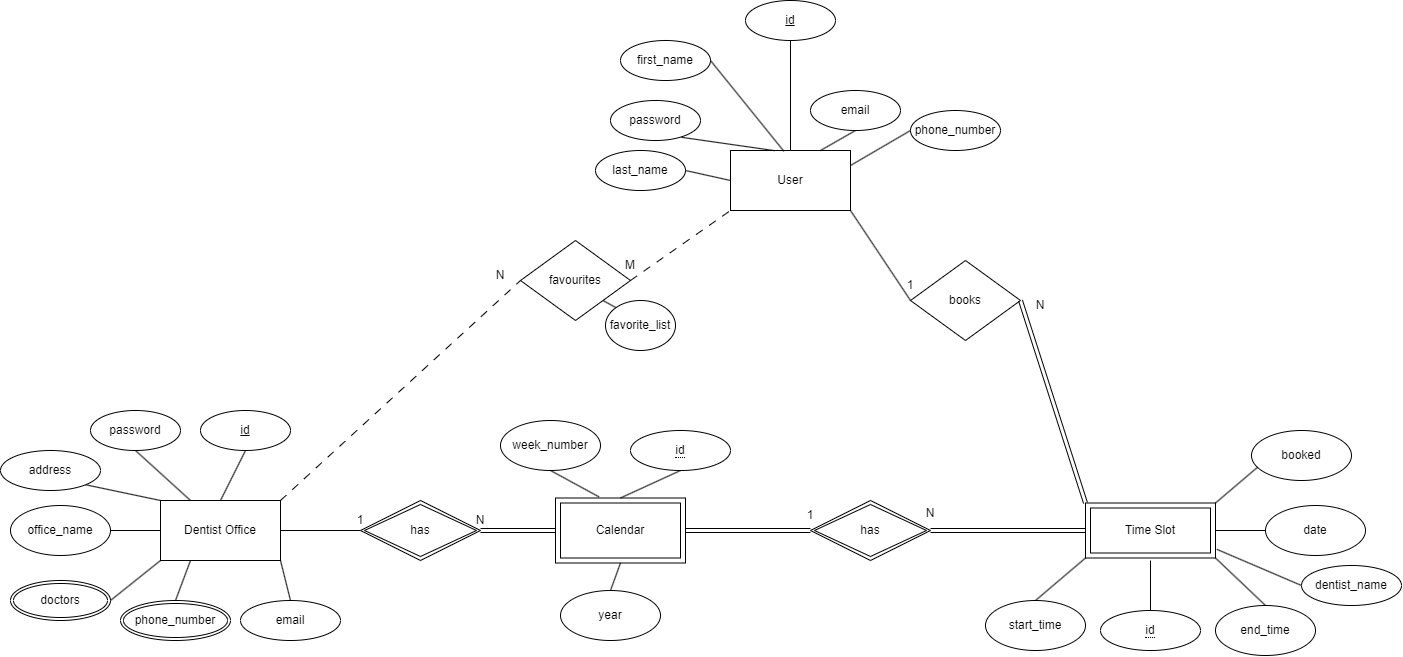
The draw.io diagram documentation/Diagrams/ER Diagram.png in reyhaneeab/flossy, before a commit. Source tidied: cells renumbered, new cells last; positions are measured from the earlier drawing's top-left corner, leaving out a move shared by most shapes. Source of this version:
```xml
<mxGraphModel>
  <root>
    <mxCell id="0" />
    <mxCell id="1" parent="0" />
    <mxCell id="2" value="Dentist Office" style="rounded=0;whiteSpace=wrap;html=1;" parent="1" vertex="1">
      <mxGeometry x="160" y="500" width="120" height="60" as="geometry" />
    </mxCell>
    <mxCell id="3" value="User" style="rounded=0;whiteSpace=wrap;html=1;" parent="1" vertex="1">
      <mxGeometry x="730" y="150" width="120" height="60" as="geometry" />
    </mxCell>
    <mxCell id="4" style="endArrow=none;html=1;rounded=0;exitX=1;exitY=0.5;exitDx=0;exitDy=0;entryX=0;entryY=0.5;entryDx=0;entryDy=0;" parent="1" edge="1" source="2" target="27">
      <mxGeometry relative="1" as="geometry" />
    </mxCell>
    <mxCell id="5" style="endArrow=none;html=1;rounded=0;entryX=0;entryY=0.5;entryDx=0;entryDy=0;exitX=1;exitY=0.5;exitDx=0;exitDy=0;shape=link;" parent="1" edge="1" source="27">
      <mxGeometry relative="1" as="geometry">
        <mxPoint x="560" y="530" as="targetPoint" />
      </mxGeometry>
    </mxCell>
    <mxCell id="6" style="rounded=0;jettySize=auto;html=1;exitX=0.5;exitY=1;exitDx=0;exitDy=0;entryX=0.25;entryY=0;entryDx=0;entryDy=0;endArrow=none;endFill=0;" parent="1" edge="1" source="7" target="2">
      <mxGeometry relative="1" as="geometry" />
    </mxCell>
    <mxCell id="7" value="password" style="ellipse;whiteSpace=wrap;html=1;" parent="1" vertex="1">
      <mxGeometry x="90" y="410" width="90" height="40" as="geometry" />
    </mxCell>
    <mxCell id="8" value="&lt;u&gt;id&lt;/u&gt;" style="ellipse;whiteSpace=wrap;html=1;" parent="1" vertex="1">
      <mxGeometry x="200" y="410" width="90" height="40" as="geometry" />
    </mxCell>
    <mxCell id="9" value="office_name" style="ellipse;whiteSpace=wrap;html=1;" parent="1" vertex="1">
      <mxGeometry x="10" y="505" width="100" height="50" as="geometry" />
    </mxCell>
    <mxCell id="10" style="endArrow=none;html=1;rounded=0;exitX=1;exitY=0.5;exitDx=0;exitDy=0;entryX=0;entryY=0.5;entryDx=0;entryDy=0;" parent="1" edge="1" source="9" target="2">
      <mxGeometry relative="1" as="geometry" />
    </mxCell>
    <mxCell id="11" style="rounded=0;jettySize=auto;html=1;exitX=1;exitY=1;exitDx=0;exitDy=0;entryX=0;entryY=0;entryDx=0;entryDy=0;endArrow=none;endFill=0;" parent="1" edge="1" source="12" target="2">
      <mxGeometry relative="1" as="geometry" />
    </mxCell>
    <mxCell id="12" value="address" style="ellipse;whiteSpace=wrap;html=1;" parent="1" vertex="1">
      <mxGeometry y="450" width="100" height="40" as="geometry" />
    </mxCell>
    <mxCell id="13" style="endArrow=none;html=1;rounded=0;exitX=1;exitY=0.5;exitDx=0;exitDy=0;shape=link;entryX=0;entryY=0.5;entryDx=0;entryDy=0;" parent="1" edge="1" target="28">
      <mxGeometry relative="1" as="geometry">
        <mxPoint x="680" y="530" as="sourcePoint" />
      </mxGeometry>
    </mxCell>
    <mxCell id="14" value="books" style="rhombus;whiteSpace=wrap;html=1;" parent="1" vertex="1">
      <mxGeometry x="910" y="260" width="110" height="80" as="geometry" />
    </mxCell>
    <mxCell id="15" style="endArrow=none;html=1;rounded=0;entryX=1;entryY=1;entryDx=0;entryDy=0;exitX=0;exitY=0.5;exitDx=0;exitDy=0;" parent="1" edge="1" source="14" target="3">
      <mxGeometry relative="1" as="geometry" />
    </mxCell>
    <mxCell id="16" style="rounded=0;jettySize=auto;html=1;exitX=0.5;exitY=1;exitDx=0;exitDy=0;entryX=0.75;entryY=0;entryDx=0;entryDy=0;endArrow=none;endFill=0;" parent="1" edge="1" source="56" target="3">
      <mxGeometry relative="1" as="geometry" />
    </mxCell>
    <mxCell id="17" style="rounded=0;jettySize=auto;html=1;exitX=0.5;exitY=1;exitDx=0;exitDy=0;entryX=0.5;entryY=0;entryDx=0;entryDy=0;endArrow=none;endFill=0;" parent="1" edge="1" source="18" target="3">
      <mxGeometry relative="1" as="geometry" />
    </mxCell>
    <mxCell id="18" value="&lt;u&gt;id&lt;/u&gt;" style="ellipse;whiteSpace=wrap;html=1;" parent="1" vertex="1">
      <mxGeometry x="745" width="90" height="40" as="geometry" />
    </mxCell>
    <mxCell id="19" style="rounded=0;jettySize=auto;html=1;exitX=0.789;exitY=0.92;exitDx=0;exitDy=0;entryX=0.37;entryY=0.003;entryDx=0;entryDy=0;endArrow=none;endFill=0;entryPerimeter=0;exitPerimeter=0;" parent="1" edge="1" source="58" target="3">
      <mxGeometry relative="1" as="geometry" />
    </mxCell>
    <mxCell id="20" value="1" style="text;html=1;align=center;verticalAlign=middle;whiteSpace=wrap;rounded=0;" parent="1" vertex="1">
      <mxGeometry x="330" y="505" width="60" height="30" as="geometry" />
    </mxCell>
    <mxCell id="21" value="N" style="text;html=1;align=center;verticalAlign=middle;whiteSpace=wrap;rounded=0;" parent="1" vertex="1">
      <mxGeometry x="450" y="505" width="60" height="30" as="geometry" />
    </mxCell>
    <mxCell id="22" style="rounded=0;jettySize=auto;html=1;exitX=0.5;exitY=1;exitDx=0;exitDy=0;entryX=0.5;entryY=0;entryDx=0;entryDy=0;endArrow=none;endFill=0;" parent="1" edge="1" source="8" target="2">
      <mxGeometry relative="1" as="geometry" />
    </mxCell>
    <mxCell id="23" value="doctors" style="ellipse;shape=doubleEllipse;margin=3;whiteSpace=wrap;html=1;align=center;" parent="1" vertex="1">
      <mxGeometry x="10" y="580" width="100" height="40" as="geometry" />
    </mxCell>
    <mxCell id="24" style="endArrow=none;html=1;rounded=0;exitX=1;exitY=0.5;exitDx=0;exitDy=0;entryX=0;entryY=1;entryDx=0;entryDy=0;" parent="1" edge="1" source="23" target="2">
      <mxGeometry relative="1" as="geometry" />
    </mxCell>
    <mxCell id="25" style="endArrow=none;html=1;rounded=0;exitX=0.5;exitY=0;exitDx=0;exitDy=0;entryX=0.25;entryY=1;entryDx=0;entryDy=0;" parent="1" edge="1" source="26" target="2">
      <mxGeometry relative="1" as="geometry" />
    </mxCell>
    <mxCell id="26" value="phone_number" style="ellipse;shape=doubleEllipse;margin=3;whiteSpace=wrap;html=1;align=center;" parent="1" vertex="1">
      <mxGeometry x="120" y="600" width="110" height="40" as="geometry" />
    </mxCell>
    <mxCell id="27" value="has" style="shape=rhombus;double=1;perimeter=rhombusPerimeter;whiteSpace=wrap;html=1;align=center;" parent="1" vertex="1">
      <mxGeometry x="360" y="500" width="120" height="60" as="geometry" />
    </mxCell>
    <mxCell id="28" value="has" style="shape=rhombus;double=1;perimeter=rhombusPerimeter;whiteSpace=wrap;html=1;align=center;" parent="1" vertex="1">
      <mxGeometry x="810" y="500" width="120" height="60" as="geometry" />
    </mxCell>
    <mxCell id="29" value="Time Slot" style="shape=ext;margin=3;double=1;whiteSpace=wrap;html=1;align=center;" parent="1" vertex="1">
      <mxGeometry x="1085" y="502.5" width="130" height="55" as="geometry" />
    </mxCell>
    <mxCell id="30" value="Calendar" style="shape=ext;margin=3;double=1;whiteSpace=wrap;html=1;align=center;" parent="1" vertex="1">
      <mxGeometry x="555" y="497.5" width="130" height="65" as="geometry" />
    </mxCell>
    <mxCell id="31" style="rounded=0;jettySize=auto;html=1;exitX=0.5;exitY=1;exitDx=0;exitDy=0;entryX=0.5;entryY=0;entryDx=0;entryDy=0;endArrow=none;endFill=0;" parent="1" edge="1" target="30">
      <mxGeometry relative="1" as="geometry">
        <mxPoint x="680" y="470" as="sourcePoint" />
      </mxGeometry>
    </mxCell>
    <mxCell id="32" style="endArrow=none;html=1;rounded=0;exitX=1;exitY=0.5;exitDx=0;exitDy=0;shape=link;entryX=0;entryY=0.5;entryDx=0;entryDy=0;" parent="1" edge="1" source="28" target="29">
      <mxGeometry relative="1" as="geometry" />
    </mxCell>
    <mxCell id="33" value="N" style="text;html=1;align=center;verticalAlign=middle;whiteSpace=wrap;rounded=0;" parent="1" vertex="1">
      <mxGeometry x="900" y="497.5" width="60" height="30" as="geometry" />
    </mxCell>
    <mxCell id="34" value="1" style="text;html=1;align=center;verticalAlign=middle;whiteSpace=wrap;rounded=0;" parent="1" vertex="1">
      <mxGeometry x="780" y="500" width="60" height="30" as="geometry" />
    </mxCell>
    <mxCell id="35" style="rounded=0;orthogonalLoop=1;jettySize=auto;html=1;exitX=0.5;exitY=0;exitDx=0;exitDy=0;endArrow=none;endFill=0;" parent="1" edge="1">
      <mxGeometry relative="1" as="geometry">
        <mxPoint x="1150" y="610" as="sourcePoint" />
        <mxPoint x="1150" y="560" as="targetPoint" />
      </mxGeometry>
    </mxCell>
    <mxCell id="36" value="end_time" style="ellipse;whiteSpace=wrap;html=1;" parent="1" vertex="1">
      <mxGeometry x="1215" y="605" width="100" height="50" as="geometry" />
    </mxCell>
    <mxCell id="37" value="start_time" style="ellipse;whiteSpace=wrap;html=1;" parent="1" vertex="1">
      <mxGeometry x="985" y="600" width="100" height="50" as="geometry" />
    </mxCell>
    <mxCell id="38" style="endArrow=none;html=1;rounded=0;exitX=0.5;exitY=0;exitDx=0;exitDy=0;entryX=0;entryY=1;entryDx=0;entryDy=0;" parent="1" edge="1" source="37" target="29">
      <mxGeometry relative="1" as="geometry" />
    </mxCell>
    <mxCell id="39" style="endArrow=none;html=1;rounded=0;exitX=0.5;exitY=0;exitDx=0;exitDy=0;entryX=1;entryY=1;entryDx=0;entryDy=0;" parent="1" edge="1" source="36" target="29">
      <mxGeometry relative="1" as="geometry" />
    </mxCell>
    <mxCell id="40" value="date" style="ellipse;whiteSpace=wrap;html=1;" parent="1" vertex="1">
      <mxGeometry x="1265" y="505" width="100" height="50" as="geometry" />
    </mxCell>
    <mxCell id="41" style="endArrow=none;html=1;rounded=0;exitX=0;exitY=0.5;exitDx=0;exitDy=0;entryX=1;entryY=0.5;entryDx=0;entryDy=0;" parent="1" edge="1" source="40" target="29">
      <mxGeometry relative="1" as="geometry" />
    </mxCell>
    <mxCell id="42" style="endArrow=none;html=1;rounded=0;entryX=1;entryY=0;entryDx=0;entryDy=0;" parent="1" edge="1" target="29">
      <mxGeometry relative="1" as="geometry">
        <mxPoint x="1265" y="460" as="sourcePoint" />
      </mxGeometry>
    </mxCell>
    <mxCell id="43" value="booked" style="ellipse;whiteSpace=wrap;html=1;" parent="1" vertex="1">
      <mxGeometry x="1251" y="430" width="100" height="50" as="geometry" />
    </mxCell>
    <mxCell id="44" value="1" style="text;html=1;align=center;verticalAlign=middle;whiteSpace=wrap;rounded=0;" parent="1" vertex="1">
      <mxGeometry x="880" y="270" width="60" height="30" as="geometry" />
    </mxCell>
    <mxCell id="45" value="N" style="text;html=1;align=center;verticalAlign=middle;whiteSpace=wrap;rounded=0;" parent="1" vertex="1">
      <mxGeometry x="1010" y="290" width="60" height="30" as="geometry" />
    </mxCell>
    <mxCell id="46" value="week_number" style="ellipse;whiteSpace=wrap;html=1;" parent="1" vertex="1">
      <mxGeometry x="500" y="420" width="100" height="50" as="geometry" />
    </mxCell>
    <mxCell id="47" style="rounded=0;jettySize=auto;html=1;exitX=0.5;exitY=1;exitDx=0;exitDy=0;endArrow=none;endFill=0;entryX=0.335;entryY=-0.017;entryDx=0;entryDy=0;entryPerimeter=0;" parent="1" edge="1" source="46" target="30">
      <mxGeometry relative="1" as="geometry" />
    </mxCell>
    <mxCell id="48" style="endArrow=none;html=1;rounded=0;exitX=1;exitY=0.5;exitDx=0;exitDy=0;shape=link;entryX=0;entryY=0;entryDx=0;entryDy=0;" parent="1" edge="1" source="14" target="29">
      <mxGeometry relative="1" as="geometry" />
    </mxCell>
    <mxCell id="49" value="favourites" style="rhombus;whiteSpace=wrap;html=1;" parent="1" vertex="1">
      <mxGeometry x="520" y="240" width="110" height="80" as="geometry" />
    </mxCell>
    <mxCell id="50" style="endArrow=none;html=1;rounded=0;entryX=0;entryY=1;entryDx=0;entryDy=0;exitX=1;exitY=0.5;exitDx=0;exitDy=0;dashed=1;dashPattern=8 8;" parent="1" edge="1" source="49" target="3">
      <mxGeometry relative="1" as="geometry" />
    </mxCell>
    <mxCell id="51" style="endArrow=none;html=1;rounded=0;entryX=0;entryY=0.5;entryDx=0;entryDy=0;exitX=1;exitY=0;exitDx=0;exitDy=0;dashed=1;dashPattern=8 8;" parent="1" edge="1" source="2" target="49">
      <mxGeometry relative="1" as="geometry" />
    </mxCell>
    <mxCell id="52" value="M" style="text;html=1;align=center;verticalAlign=middle;whiteSpace=wrap;rounded=0;" parent="1" vertex="1">
      <mxGeometry x="600" y="250" width="60" height="30" as="geometry" />
    </mxCell>
    <mxCell id="53" value="N" style="text;html=1;align=center;verticalAlign=middle;whiteSpace=wrap;rounded=0;" parent="1" vertex="1">
      <mxGeometry x="470" y="260" width="60" height="30" as="geometry" />
    </mxCell>
    <mxCell id="54" value="&lt;span style=&quot;border-bottom: 1px dotted&quot;&gt;id&lt;/span&gt;" style="ellipse;whiteSpace=wrap;html=1;align=center;" parent="1" vertex="1">
      <mxGeometry x="630" y="430" width="100" height="40" as="geometry" />
    </mxCell>
    <mxCell id="55" value="&lt;span style=&quot;border-bottom: 1px dotted&quot;&gt;id&lt;/span&gt;" style="ellipse;whiteSpace=wrap;html=1;align=center;" parent="1" vertex="1">
      <mxGeometry x="1100" y="610" width="100" height="40" as="geometry" />
    </mxCell>
    <mxCell id="56" value="email" style="ellipse;whiteSpace=wrap;html=1;" parent="1" vertex="1">
      <mxGeometry x="810" y="90" width="90" height="40" as="geometry" />
    </mxCell>
    <mxCell id="57" value="phone_number" style="ellipse;whiteSpace=wrap;html=1;" parent="1" vertex="1">
      <mxGeometry x="910" y="110" width="90" height="40" as="geometry" />
    </mxCell>
    <mxCell id="58" value="password" style="ellipse;whiteSpace=wrap;html=1;" parent="1" vertex="1">
      <mxGeometry x="610" y="100" width="90" height="40" as="geometry" />
    </mxCell>
    <mxCell id="59" style="rounded=0;jettySize=auto;html=1;exitX=0;exitY=0.5;exitDx=0;exitDy=0;entryX=1;entryY=0.25;entryDx=0;entryDy=0;endArrow=none;endFill=0;" parent="1" edge="1" source="57" target="3">
      <mxGeometry relative="1" as="geometry" />
    </mxCell>
    <mxCell id="60" value="last_name" style="ellipse;whiteSpace=wrap;html=1;" parent="1" vertex="1">
      <mxGeometry x="595" y="150" width="90" height="40" as="geometry" />
    </mxCell>
    <mxCell id="61" value="first_name" style="ellipse;whiteSpace=wrap;html=1;" parent="1" vertex="1">
      <mxGeometry x="620" y="40" width="90" height="40" as="geometry" />
    </mxCell>
    <mxCell id="62" style="rounded=0;jettySize=auto;html=1;exitX=1;exitY=0.5;exitDx=0;exitDy=0;entryX=0.445;entryY=0.013;entryDx=0;entryDy=0;endArrow=none;endFill=0;entryPerimeter=0;" parent="1" edge="1" source="61" target="3">
      <mxGeometry relative="1" as="geometry" />
    </mxCell>
    <mxCell id="63" style="rounded=0;jettySize=auto;html=1;exitX=1;exitY=0.5;exitDx=0;exitDy=0;entryX=0;entryY=0.5;entryDx=0;entryDy=0;endArrow=none;endFill=0;" parent="1" edge="1" source="60" target="3">
      <mxGeometry relative="1" as="geometry" />
    </mxCell>
    <mxCell id="64" value="year" style="ellipse;whiteSpace=wrap;html=1;" parent="1" vertex="1">
      <mxGeometry x="560" y="590" width="100" height="50" as="geometry" />
    </mxCell>
    <mxCell id="65" value="email" style="ellipse;whiteSpace=wrap;html=1;" parent="1" vertex="1">
      <mxGeometry x="240" y="600" width="100" height="40" as="geometry" />
    </mxCell>
    <mxCell id="66" value="dentist_name" style="ellipse;whiteSpace=wrap;html=1;align=center;" parent="1" vertex="1">
      <mxGeometry x="1301" y="565" width="100" height="40" as="geometry" />
    </mxCell>
    <mxCell id="67" style="endArrow=none;html=1;rounded=0;entryX=0;entryY=0.5;entryDx=0;entryDy=0;exitX=1.01;exitY=0.842;exitDx=0;exitDy=0;exitPerimeter=0;" parent="1" edge="1" source="29" target="66">
      <mxGeometry relative="1" as="geometry" />
    </mxCell>
    <mxCell id="68" style="endArrow=none;html=1;rounded=0;exitX=0.5;exitY=0;exitDx=0;exitDy=0;entryX=0.5;entryY=1;entryDx=0;entryDy=0;" parent="1" edge="1" source="64" target="30">
      <mxGeometry relative="1" as="geometry" />
    </mxCell>
    <mxCell id="69" style="endArrow=none;html=1;rounded=0;exitX=0.5;exitY=0;exitDx=0;exitDy=0;entryX=1;entryY=1;entryDx=0;entryDy=0;" parent="1" edge="1" source="65" target="2">
      <mxGeometry relative="1" as="geometry" />
    </mxCell>
    <mxCell id="70" value="favorite_list" style="ellipse;whiteSpace=wrap;html=1;" parent="1" vertex="1">
      <mxGeometry x="605" y="300" width="70" height="50" as="geometry" />
    </mxCell>
    <mxCell id="71" style="endArrow=none;html=1;rounded=0;entryX=0;entryY=0;entryDx=0;entryDy=0;exitX=1;exitY=1;exitDx=0;exitDy=0;" parent="1" edge="1" source="49" target="70">
      <mxGeometry relative="1" as="geometry" />
    </mxCell>
  </root>
</mxGraphModel>
```
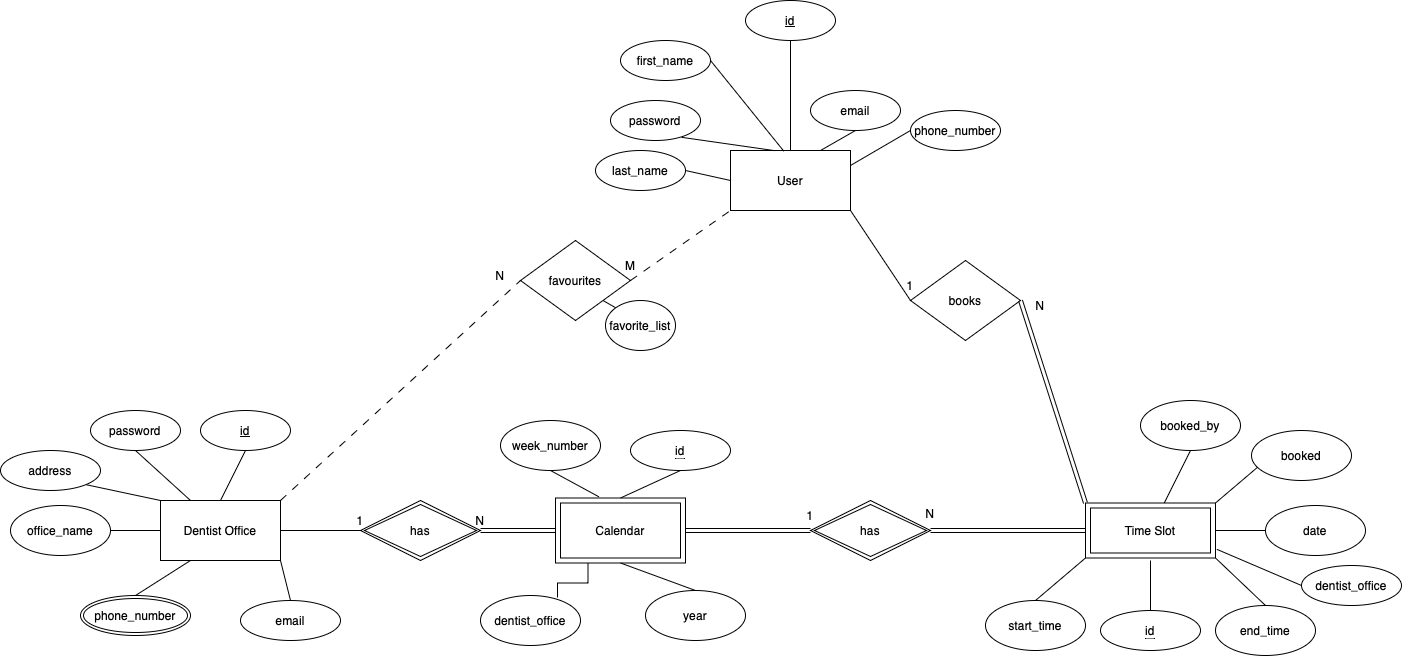
After the change.

The edit, as a diff of the source:
```diff
@@ -69,17 +69,11 @@
     <mxCell id="22" style="rounded=0;jettySize=auto;html=1;exitX=0.5;exitY=1;exitDx=0;exitDy=0;entryX=0.5;entryY=0;entryDx=0;entryDy=0;endArrow=none;endFill=0;" parent="1" edge="1" source="8" target="2">
       <mxGeometry relative="1" as="geometry" />
     </mxCell>
-    <mxCell id="23" value="doctors" style="ellipse;shape=doubleEllipse;margin=3;whiteSpace=wrap;html=1;align=center;" parent="1" vertex="1">
-      <mxGeometry x="10" y="580" width="100" height="40" as="geometry" />
-    </mxCell>
-    <mxCell id="24" style="endArrow=none;html=1;rounded=0;exitX=1;exitY=0.5;exitDx=0;exitDy=0;entryX=0;entryY=1;entryDx=0;entryDy=0;" parent="1" edge="1" source="23" target="2">
-      <mxGeometry relative="1" as="geometry" />
-    </mxCell>
     <mxCell id="25" style="endArrow=none;html=1;rounded=0;exitX=0.5;exitY=0;exitDx=0;exitDy=0;entryX=0.25;entryY=1;entryDx=0;entryDy=0;" parent="1" edge="1" source="26" target="2">
       <mxGeometry relative="1" as="geometry" />
     </mxCell>
     <mxCell id="26" value="phone_number" style="ellipse;shape=doubleEllipse;margin=3;whiteSpace=wrap;html=1;align=center;" parent="1" vertex="1">
-      <mxGeometry x="120" y="600" width="110" height="40" as="geometry" />
+      <mxGeometry x="80" y="595" width="110" height="40" as="geometry" />
     </mxCell>
     <mxCell id="27" value="has" style="shape=rhombus;double=1;perimeter=rhombusPerimeter;whiteSpace=wrap;html=1;align=center;" parent="1" vertex="1">
       <mxGeometry x="360" y="500" width="120" height="60" as="geometry" />
@@ -90,6 +84,9 @@
     <mxCell id="29" value="Time Slot" style="shape=ext;margin=3;double=1;whiteSpace=wrap;html=1;align=center;" parent="1" vertex="1">
       <mxGeometry x="1085" y="502.5" width="130" height="55" as="geometry" />
     </mxCell>
+    <mxCell id="72" style="edgeStyle=orthogonalEdgeStyle;rounded=0;jettySize=auto;html=1;exitX=0.25;exitY=1;exitDx=0;exitDy=0;entryX=0.77;entryY=0.04;entryDx=0;entryDy=0;endArrow=none;endFill=0;entryPerimeter=0;" parent="1" edge="1" source="30" target="75">
+      <mxGeometry relative="1" as="geometry" />
+    </mxCell>
     <mxCell id="30" value="Calendar" style="shape=ext;margin=3;double=1;whiteSpace=wrap;html=1;align=center;" parent="1" vertex="1">
       <mxGeometry x="555" y="497.5" width="130" height="65" as="geometry" />
     </mxCell>
@@ -200,12 +197,12 @@
       <mxGeometry relative="1" as="geometry" />
     </mxCell>
     <mxCell id="64" value="year" style="ellipse;whiteSpace=wrap;html=1;" parent="1" vertex="1">
-      <mxGeometry x="560" y="590" width="100" height="50" as="geometry" />
+      <mxGeometry x="645" y="590" width="100" height="50" as="geometry" />
     </mxCell>
     <mxCell id="65" value="email" style="ellipse;whiteSpace=wrap;html=1;" parent="1" vertex="1">
       <mxGeometry x="240" y="600" width="100" height="40" as="geometry" />
     </mxCell>
-    <mxCell id="66" value="dentist_name" style="ellipse;whiteSpace=wrap;html=1;align=center;" parent="1" vertex="1">
+    <mxCell id="66" value="dentist_office" style="ellipse;whiteSpace=wrap;html=1;align=center;" parent="1" vertex="1">
       <mxGeometry x="1301" y="565" width="100" height="40" as="geometry" />
     </mxCell>
     <mxCell id="67" style="endArrow=none;html=1;rounded=0;entryX=0;entryY=0.5;entryDx=0;entryDy=0;exitX=1.01;exitY=0.842;exitDx=0;exitDy=0;exitPerimeter=0;" parent="1" edge="1" source="29" target="66">
@@ -223,5 +220,14 @@
     <mxCell id="71" style="endArrow=none;html=1;rounded=0;entryX=0;entryY=0;entryDx=0;entryDy=0;exitX=1;exitY=1;exitDx=0;exitDy=0;" parent="1" edge="1" source="49" target="70">
       <mxGeometry relative="1" as="geometry" />
     </mxCell>
+    <mxCell id="73" style="rounded=0;jettySize=auto;html=1;exitX=0.5;exitY=1;exitDx=0;exitDy=0;endArrow=none;endFill=0;" parent="1" edge="1" source="74" target="29">
+      <mxGeometry relative="1" as="geometry" />
+    </mxCell>
+    <mxCell id="74" value="booked_by" style="ellipse;whiteSpace=wrap;html=1;" parent="1" vertex="1">
+      <mxGeometry x="1140" y="400" width="100" height="50" as="geometry" />
+    </mxCell>
+    <mxCell id="75" value="dentist_office" style="ellipse;whiteSpace=wrap;html=1;" parent="1" vertex="1">
+      <mxGeometry x="480" y="595" width="100" height="50" as="geometry" />
+    </mxCell>
   </root>
 </mxGraphModel>
```
